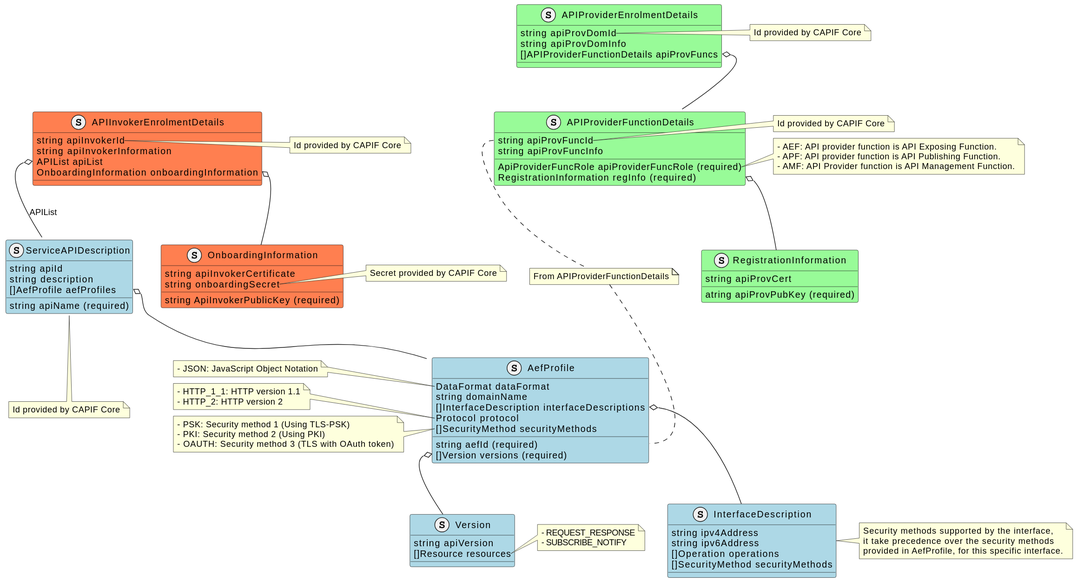
Above: capifcore/docs/diagrams/Information in rApp registration.svg in o-ran-sc/nonrtric-plt-sme (PlantUML), before the change. Its diagram source:
```plantuml
@startuml
struct APIProviderEnrolmentDetails #palegreen {
    string apiProvDomId
    string apiProvDomInfo
    []APIProviderFunctionDetails apiProvFuncs
}
note right of APIProviderEnrolmentDetails::apiProvDomId
    Id provided by CAPIF Core
end note
struct APIProviderFunctionDetails #palegreen {
    string apiProvFuncId
    string apiProvFuncInfo
    ApiProviderFuncRole apiProviderFuncRole (required)
    RegistrationInformation regInfo (required)
}
note right of APIProviderFunctionDetails::apiProvFuncId
    Id provided by CAPIF Core
end note
note right of APIProviderFunctionDetails::apiProviderFuncRole
    - AEF: API provider function is API Exposing Function.
    - APF: API provider function is API Publishing Function.
    - AMF: API Provider function is API Management Function.
end note
struct RegistrationInformation #palegreen {
    string apiProvCert
    atring apiProvPubKey (required)
}
APIProviderEnrolmentDetails::apiProvFuncs o-- APIProviderFunctionDetails
APIProviderFunctionDetails::regInfo o-- RegistrationInformation

struct ServiceAPIDescription #lightblue {
    string apiId
    string apiName (required)
    string description
    []AefProfile aefProfiles
}
note bottom of ServiceAPIDescription
    Id provided by CAPIF Core
end note
struct AefProfile #lightblue {
    string aefId (required)
    DataFormat dataFormat
    string domainName
    []InterfaceDescription interfaceDescriptions
    Protocol protocol
    []SecurityMethod securityMethods
    []Version versions (required)
}
note left of AefProfile::dataFormat
    - JSON: JavaScript Object Notation
end note
note left of AefProfile::protocol
    - HTTP_1_1: HTTP version 1.1
    - HTTP_2: HTTP version 2
end note
note left of AefProfile::securityMethods
    - PSK: Security method 1 (Using TLS-PSK)
    - PKI: Security method 2 (Using PKI)
    - OAUTH: Security method 3 (TLS with OAuth token)
end note
note "From APIProviderFunctionDetails" as aefIdRel
APIProviderFunctionDetails::apiProvFuncId .. aefIdRel
aefIdRel .. AefProfile::aefId
struct InterfaceDescription #lightblue {
    string ipv4Address
    string ipv6Address
    []Operation operations
    []SecurityMethod securityMethods
}
note right of InterfaceDescription
    Security methods supported by the interface,
    it take precedence over the security methods
    provided in AefProfile, for this specific interface.
end note
struct Version #lightblue {
    string apiVersion
    []Resource resources
}
note right of Version::resources
    - REQUEST_RESPONSE
    - SUBSCRIBE_NOTIFY
end note
ServiceAPIDescription::aefProfiles o-- AefProfile
AefProfile::interfaceDescriptions o-- InterfaceDescription
AefProfile::versions o-- Version

struct APIInvokerEnrolmentDetails #coral {
    string apiInvokerId
    string apiInvokerInformation
    APIList apiList
    OnboardingInformation onboardingInformation
}
struct OnboardingInformation #coral {
    string apiInvokerCertificate
    string ApiInvokerPublicKey (required)
    string onboardingSecret
}
note right of OnboardingInformation::onboardingSecret
    Secret provided by CAPIF Core
end note
note right of APIInvokerEnrolmentDetails::apiInvokerId
    Id provided by CAPIF Core
end note
APIInvokerEnrolmentDetails::apiList o-- ServiceAPIDescription : APIList
APIInvokerEnrolmentDetails::onboardingInformation o-- OnboardingInformation
@enduml
```
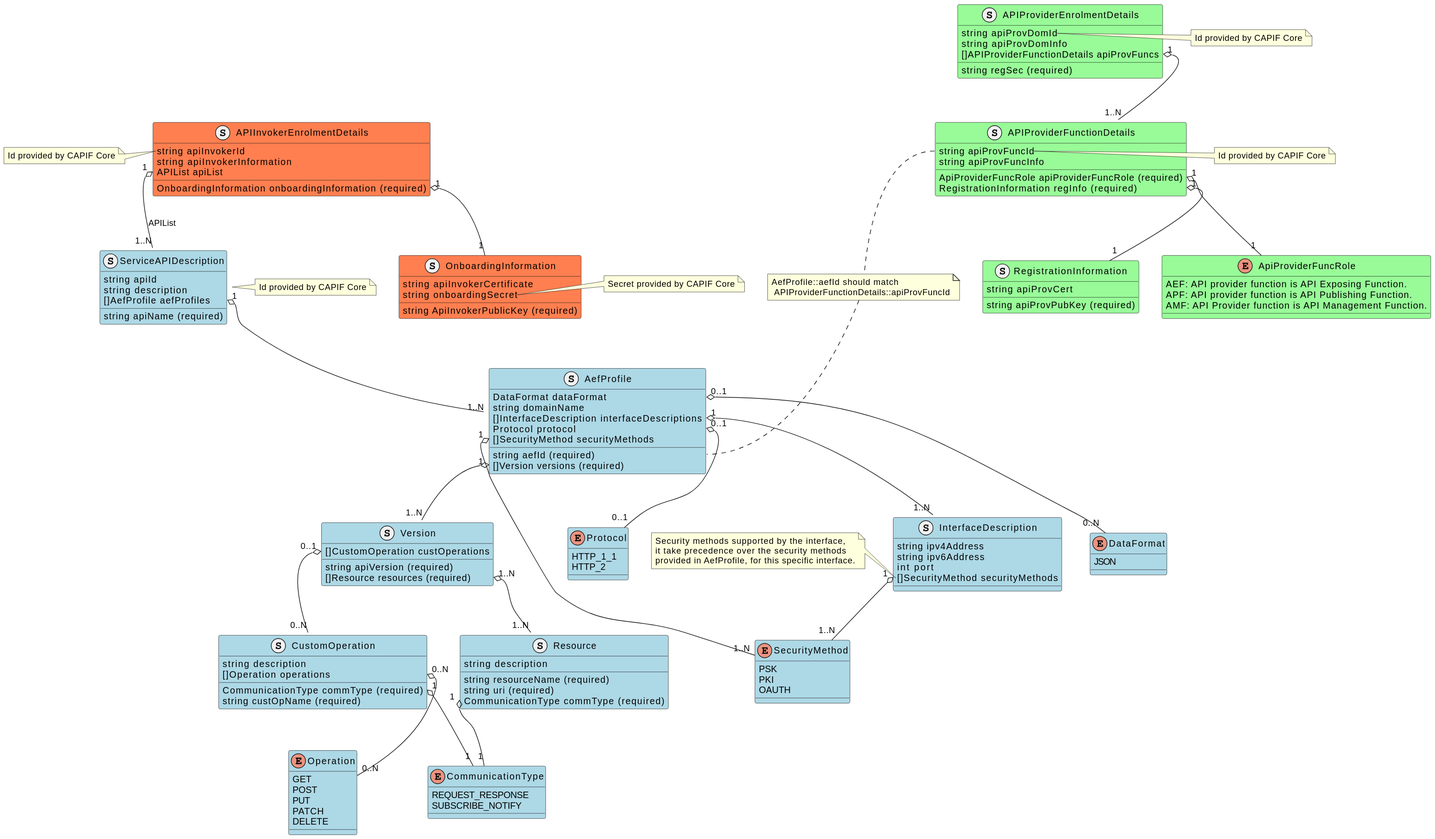
After the change.

Diff of the diagram source:
```diff
@@ -3,6 +3,7 @@
     string apiProvDomId
     string apiProvDomInfo
     []APIProviderFunctionDetails apiProvFuncs
+    string regSec (required)
 }
 note right of APIProviderEnrolmentDetails::apiProvDomId
     Id provided by CAPIF Core
@@ -16,17 +17,18 @@
 note right of APIProviderFunctionDetails::apiProvFuncId
     Id provided by CAPIF Core
 end note
-note right of APIProviderFunctionDetails::apiProviderFuncRole
-    - AEF: API provider function is API Exposing Function.
-    - APF: API provider function is API Publishing Function.
-    - AMF: API Provider function is API Management Function.
-end note
+enum ApiProviderFuncRole #palegreen {
+    AEF: API provider function is API Exposing Function.
+    APF: API provider function is API Publishing Function.
+    AMF: API Provider function is API Management Function.
+}
 struct RegistrationInformation #palegreen {
     string apiProvCert
-    atring apiProvPubKey (required)
+    string apiProvPubKey (required)
 }
-APIProviderEnrolmentDetails::apiProvFuncs o-- APIProviderFunctionDetails
-APIProviderFunctionDetails::regInfo o-- RegistrationInformation
+APIProviderEnrolmentDetails::apiProvFuncs "1" o-- "1..N" APIProviderFunctionDetails
+APIProviderFunctionDetails::regInfo "1" o-- "1" RegistrationInformation
+APIProviderFunctionDetails::apiProviderFuncRole "1" o-- "1" ApiProviderFuncRole
 
 struct ServiceAPIDescription #lightblue {
     string apiId
@@ -34,7 +36,7 @@
     string description
     []AefProfile aefProfiles
 }
-note bottom of ServiceAPIDescription
+note right of ServiceAPIDescription
     Id provided by CAPIF Core
 end note
 struct AefProfile #lightblue {
@@ -46,49 +48,78 @@
     []SecurityMethod securityMethods
     []Version versions (required)
 }
-note left of AefProfile::dataFormat
-    - JSON: JavaScript Object Notation
-end note
-note left of AefProfile::protocol
-    - HTTP_1_1: HTTP version 1.1
-    - HTTP_2: HTTP version 2
-end note
-note left of AefProfile::securityMethods
-    - PSK: Security method 1 (Using TLS-PSK)
-    - PKI: Security method 2 (Using PKI)
-    - OAUTH: Security method 3 (TLS with OAuth token)
-end note
-note "From APIProviderFunctionDetails" as aefIdRel
+enum DataFormat #lightblue {
+    JSON
+}
+enum Protocol #lightblue {
+    HTTP_1_1
+    HTTP_2
+}
+note "AefProfile::aefId should match\n APIProviderFunctionDetails::apiProvFuncId" as aefIdRel
 APIProviderFunctionDetails::apiProvFuncId .. aefIdRel
 aefIdRel .. AefProfile::aefId
 struct InterfaceDescription #lightblue {
     string ipv4Address
     string ipv6Address
-    []Operation operations
+    int port
     []SecurityMethod securityMethods
 }
-note right of InterfaceDescription
+note left of InterfaceDescription::securityMethods
     Security methods supported by the interface,
     it take precedence over the security methods
     provided in AefProfile, for this specific interface.
 end note
 struct Version #lightblue {
-    string apiVersion
-    []Resource resources
+    []CustomOperation custOperations
+    string apiVersion (required)
+    []Resource resources (required)
 }
-note right of Version::resources
-    - REQUEST_RESPONSE
-    - SUBSCRIBE_NOTIFY
-end note
-ServiceAPIDescription::aefProfiles o-- AefProfile
-AefProfile::interfaceDescriptions o-- InterfaceDescription
-AefProfile::versions o-- Version
+struct CustomOperation #lightblue {
+	CommunicationType commType (required)
+    string custOpName (required)
+    string description
+    []Operation operations
+}
+enum Operation #lightblue {
+    GET
+    POST
+    PUT
+    PATCH
+    DELETE
+}
+enum SecurityMethod #lightblue {
+    PSK
+    PKI
+    OAUTH
+}
+struct Resource #lightblue {
+    string resourceName (required)
+    string uri (required)
+    CommunicationType commType (required)
+    string description
+}
+enum CommunicationType #lightblue {
+    REQUEST_RESPONSE
+    SUBSCRIBE_NOTIFY
+}
+ServiceAPIDescription::aefProfiles "1" o-- "1..N" AefProfile
+AefProfile::interfaceDescriptions "1" o-- "1..N" InterfaceDescription
+AefProfile::protocol "0..1" o-- "0..1" Protocol
+AefProfile::securityMethods "1" o-- "1..N" SecurityMethod
+AefProfile::dataFormat "0..1" o-- "0..N" DataFormat
+InterfaceDescription::securityMethods "1" o-- "1..N" SecurityMethod
+AefProfile::versions "1" o-- "1..N" Version
+Version::resources "1..N" o-- "1..N" Resource
+Version::custOperations "0..1" o-- "0..N" CustomOperation
+CustomOperation::CommunicationType "1" o-- "1" CommunicationType
+CustomOperation::operations "0..N" o-- "0..N" Operation
+Resource::commType "1" o-- "1" CommunicationType
 
 struct APIInvokerEnrolmentDetails #coral {
     string apiInvokerId
     string apiInvokerInformation
     APIList apiList
-    OnboardingInformation onboardingInformation
+    OnboardingInformation onboardingInformation (required)
 }
 struct OnboardingInformation #coral {
     string apiInvokerCertificate
@@ -98,9 +129,9 @@
 note right of OnboardingInformation::onboardingSecret
     Secret provided by CAPIF Core
 end note
-note right of APIInvokerEnrolmentDetails::apiInvokerId
+note left of APIInvokerEnrolmentDetails::apiInvokerId
     Id provided by CAPIF Core
 end note
-APIInvokerEnrolmentDetails::apiList o-- ServiceAPIDescription : APIList
-APIInvokerEnrolmentDetails::onboardingInformation o-- OnboardingInformation
+APIInvokerEnrolmentDetails::apiList "1" o-- "1..N" ServiceAPIDescription : APIList
+APIInvokerEnrolmentDetails::onboardingInformation "1" o-- "1" OnboardingInformation
 @enduml
```
